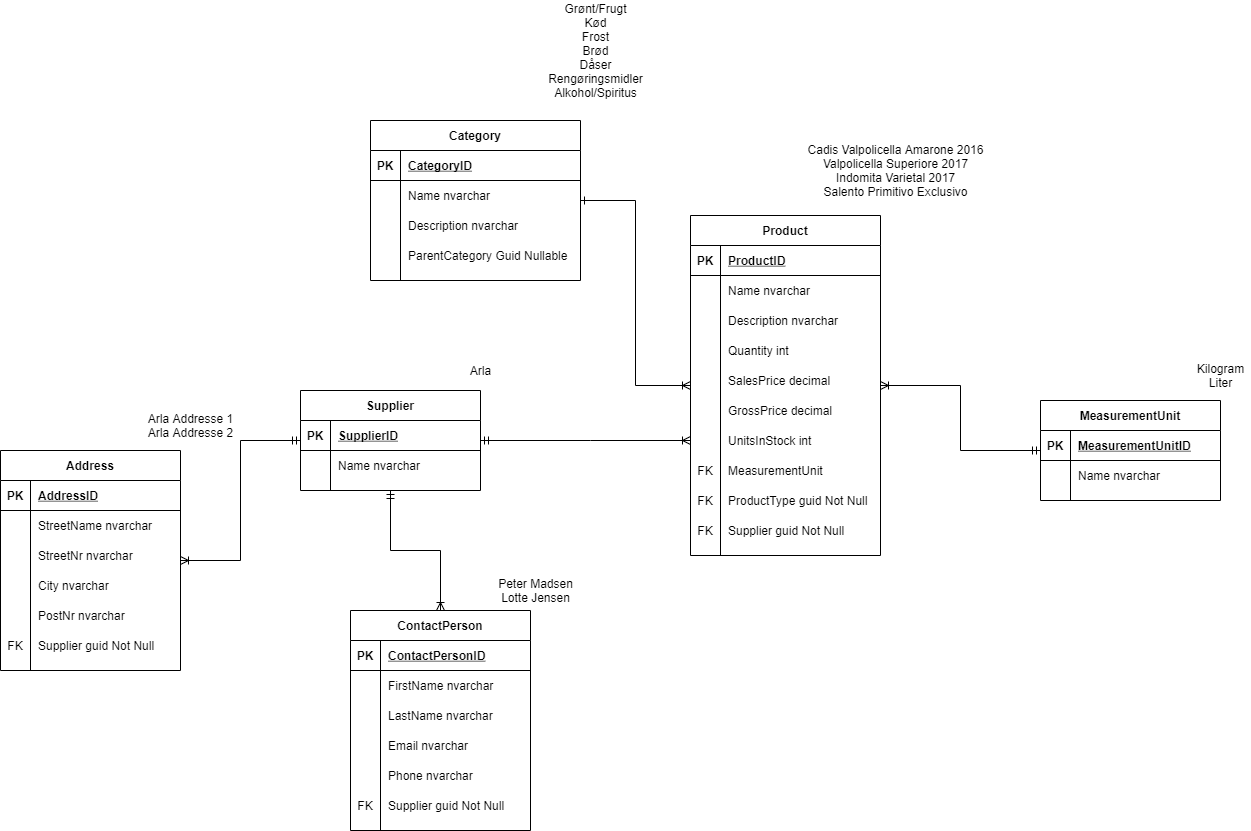
Before: Documentation/Rema1000Design.png, a diagram exported from draw.io (Sivet/Rema1000ApiProject). Source tidied: cells renumbered, new cells last; positions are measured from the earlier drawing's top-left corner, leaving out a move shared by most shapes.
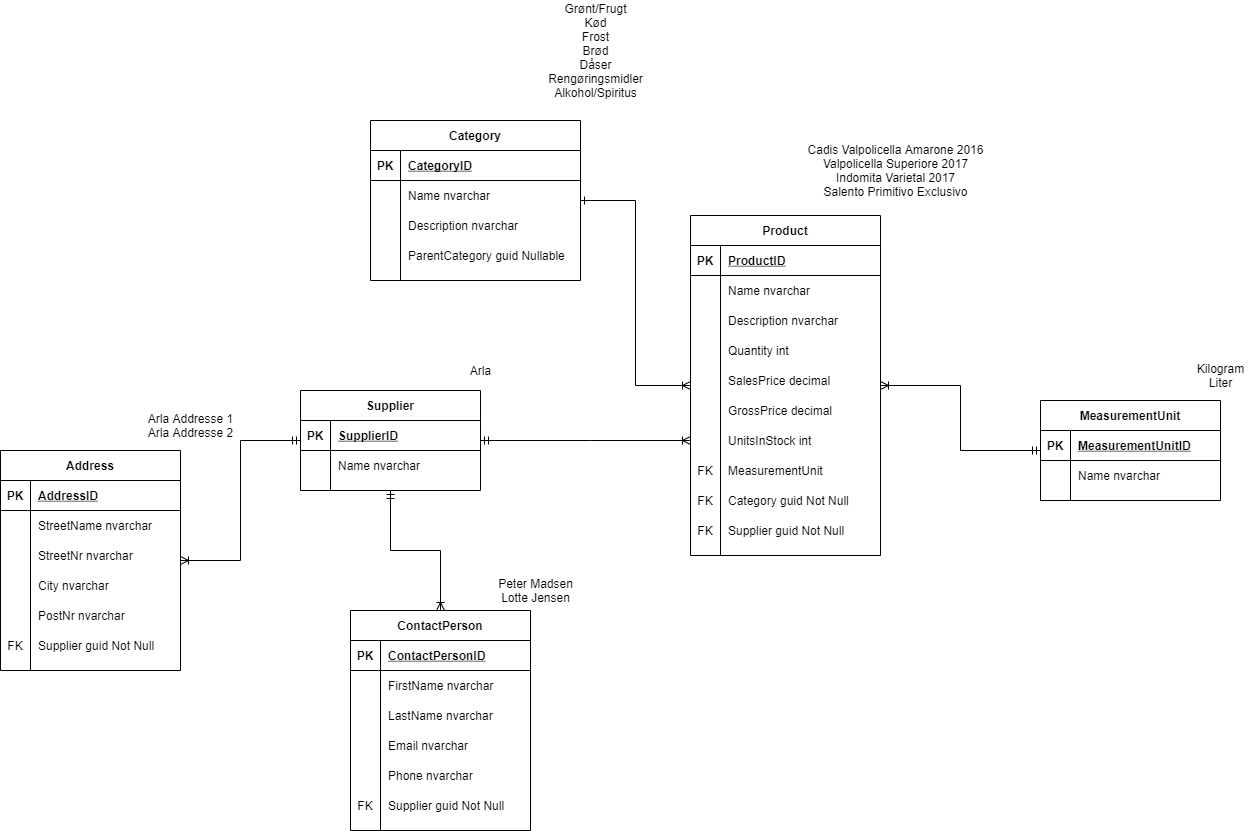
The same diagram one commit later.

Change to the diagram source:
```diff
@@ -41,7 +41,7 @@
     <mxCell id="14" style="shape=partialRectangle;fillColor=none;top=0;left=0;bottom=0;right=0;overflow=hidden;" parent="13" vertex="1">
       <mxGeometry width="30" height="30" as="geometry" />
     </mxCell>
-    <mxCell id="15" value="ParentCategory Guid Nullable" style="shape=partialRectangle;fillColor=none;top=0;left=0;bottom=0;right=0;align=left;spacingLeft=6;overflow=hidden;" parent="13" vertex="1">
+    <mxCell id="15" value="ParentCategory guid Nullable" style="shape=partialRectangle;fillColor=none;top=0;left=0;bottom=0;right=0;align=left;spacingLeft=6;overflow=hidden;" parent="13" vertex="1">
       <mxGeometry x="30" width="180" height="30" as="geometry" />
     </mxCell>
     <mxCell id="16" style="edgeStyle=orthogonalEdgeStyle;rounded=0;jettySize=auto;html=1;startArrow=ERmandOne;startFill=0;endArrow=ERoneToMany;endFill=0;" parent="1" edge="1" source="19" target="26">
@@ -160,7 +160,7 @@
     <mxCell id="52" value="FK" style="shape=partialRectangle;fillColor=none;top=0;left=0;bottom=0;right=0;overflow=hidden;" parent="51" vertex="1">
       <mxGeometry width="30" height="30" as="geometry" />
     </mxCell>
-    <mxCell id="53" value="ProductType guid Not Null" style="shape=partialRectangle;fillColor=none;top=0;left=0;bottom=0;right=0;align=left;spacingLeft=6;overflow=hidden;" parent="51" vertex="1">
+    <mxCell id="53" value="Category guid Not Null" style="shape=partialRectangle;fillColor=none;top=0;left=0;bottom=0;right=0;align=left;spacingLeft=6;overflow=hidden;" parent="51" vertex="1">
       <mxGeometry x="30" width="160" height="30" as="geometry" />
     </mxCell>
     <mxCell id="54" style="shape=partialRectangle;fillColor=none;top=0;left=0;bottom=0;right=0;" parent="26" vertex="1">
```
